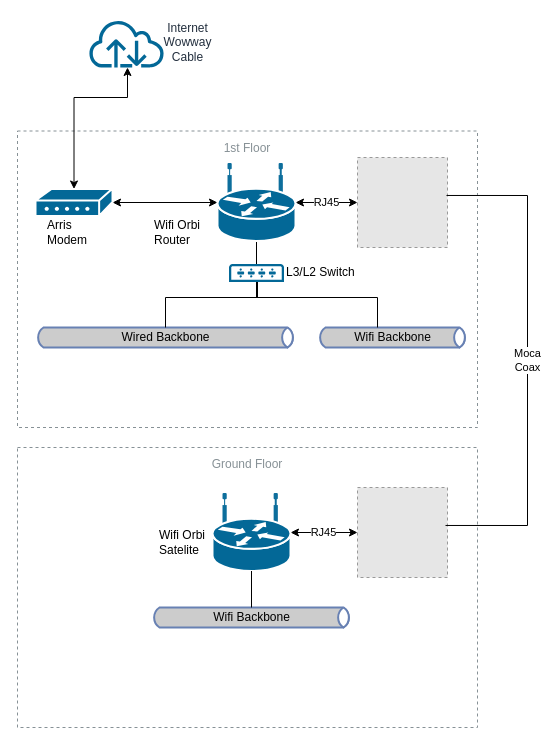
Before: DrawIO/HomeNetwork.drawio in josephlim75/technologies, a draw.io diagram. Source tidied: cells renumbered, new cells numbered last; positions are measured from the earlier drawing's top-left corner, leaving out a move shared by most shapes. Both pictures are drawn from the tidied source at 100%, with x=0, y=0 at pixel (17, 17). Pictures stored in the file or linked from it are replaced by grey dashed boxes.
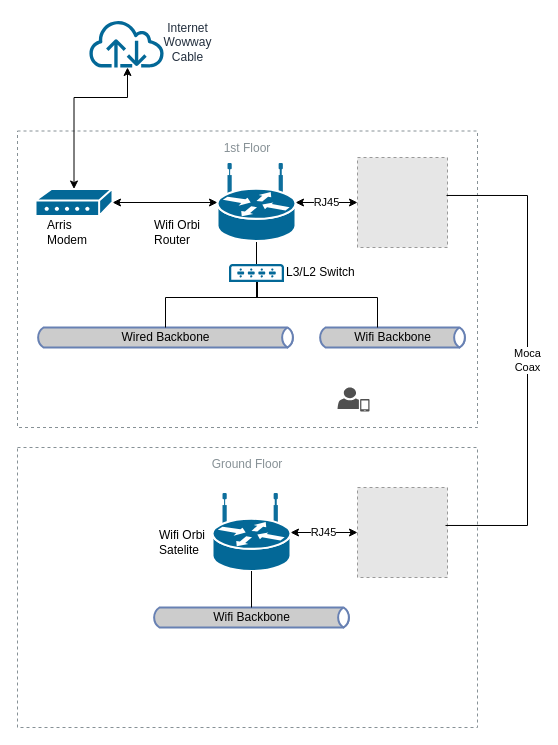
The same diagram, later.

Diff of the diagram source:
```diff
@@
+    <mxCell id="28" style="shadow=0;dashed=0;html=1;strokeColor=none;fillColor=#505050;labelPosition=center;verticalLabelPosition=bottom;verticalAlign=top;align=center;shape=mxgraph.office.users.mobile_user;" parent="1" vertex="1">
+      <mxGeometry x="320" y="370" width="32" height="24" as="geometry" />
+    </mxCell>
```
